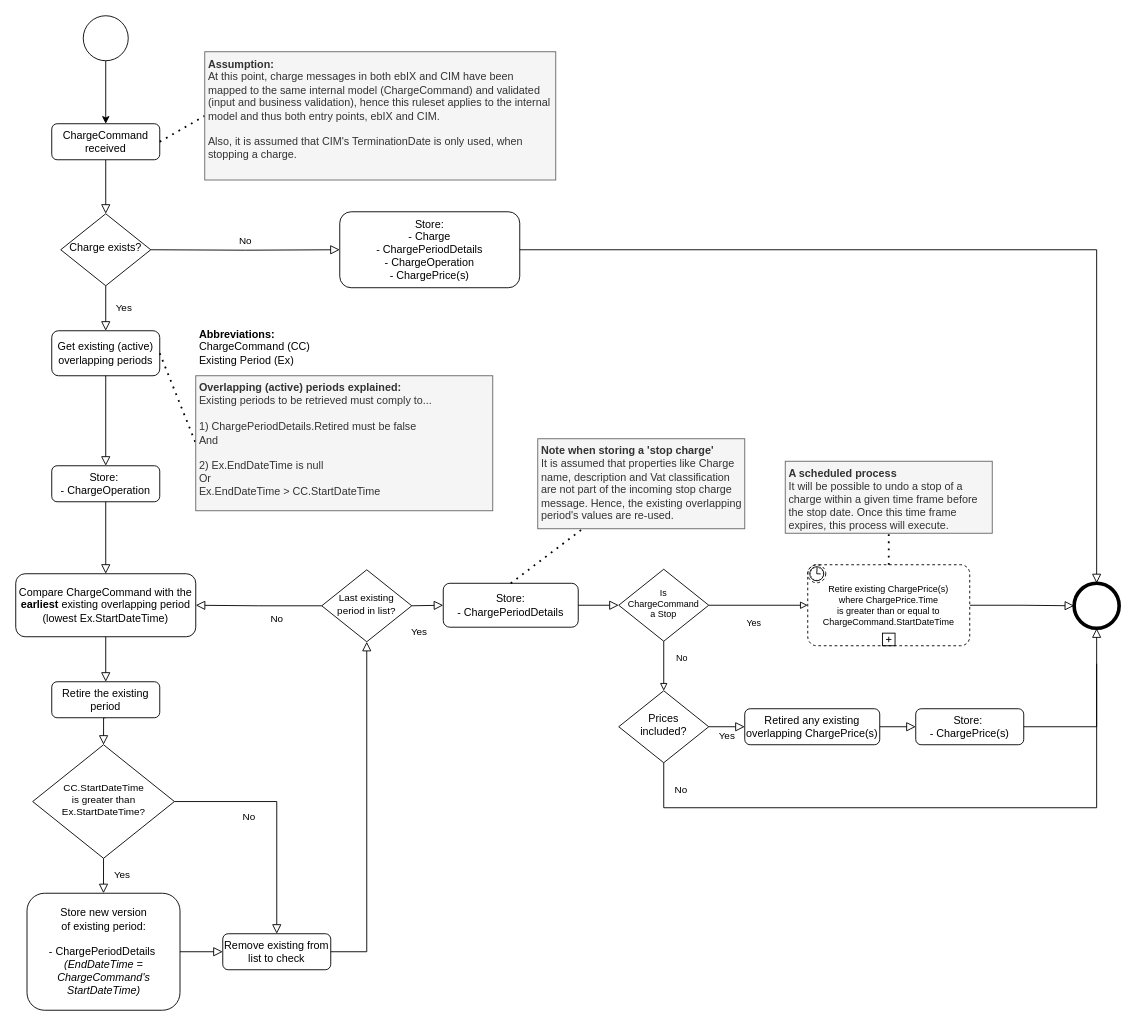
Before: docs/images/PersistingChargesRuleSet_ProcessFlow.drawio in Energinet-DataHub/ARCHIVED-geh-charges, a draw.io diagram. Source tidied: cells renumbered, new cells numbered last; positions are measured from the earlier drawing's top-left corner, leaving out a move shared by most shapes. Both pictures are drawn from the tidied source at 90%, with x=0, y=0 at pixel (15, 15).
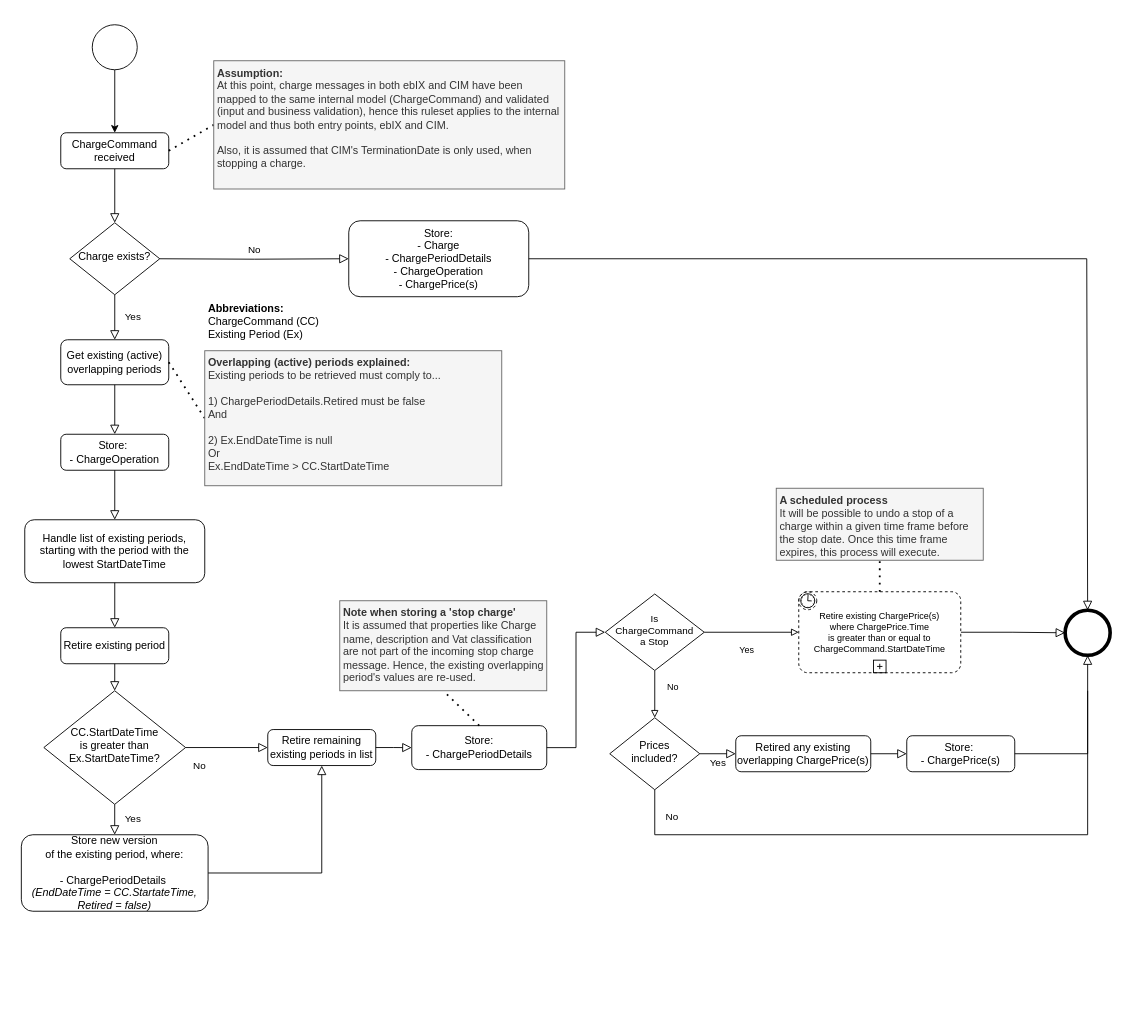
The same diagram, later.

What changed in the source:
```diff
@@
     <mxCell id="3" value="ChargeCommand&lt;br&gt;received" style="rounded=1;whiteSpace=wrap;html=1;fontSize=12;glass=0;strokeWidth=1;shadow=0;" parent="1" vertex="1">
-      <mxGeometry x="40" y="120" width="120" height="40" as="geometry" />
+      <mxGeometry x="50" y="130" width="120" height="40" as="geometry" />
     </mxCell>
@@
     <mxCell id="5" value="Charge exists?" style="rhombus;whiteSpace=wrap;html=1;shadow=0;fontFamily=Helvetica;fontSize=12;align=center;strokeWidth=1;spacing=6;spacingTop=-4;" parent="1" vertex="1">
-      <mxGeometry x="50" y="220" width="100" height="80" as="geometry" />
+      <mxGeometry x="60" y="230" width="100" height="80" as="geometry" />
     </mxCell>
-    <mxCell id="6" style="edgeStyle=orthogonalEdgeStyle;rounded=0;jettySize=auto;html=1;" parent="1" edge="1" source="7" target="3">
-      <mxGeometry relative="1" as="geometry" />
-    </mxCell>
-    <mxCell id="7" style="ellipse;whiteSpace=wrap;html=1;" parent="1" vertex="1">
-      <mxGeometry x="75" width="50" height="50" as="geometry" />
-    </mxCell>
+    <mxCell id="54" style="edgeStyle=orthogonalEdgeStyle;rounded=0;jettySize=auto;html=1;" parent="1" edge="1" source="55" target="3">
+      <mxGeometry relative="1" as="geometry" />
+    </mxCell>
+    <mxCell id="55" style="ellipse;whiteSpace=wrap;html=1;" parent="1" vertex="1">
+      <mxGeometry x="85" y="10" width="50" height="50" as="geometry" />
+    </mxCell>
     <mxCell id="8" value="No" style="edgeStyle=orthogonalEdgeStyle;rounded=0;html=1;jettySize=auto;fontSize=11;endArrow=block;endFill=0;endSize=8;strokeWidth=1;shadow=0;labelBackgroundColor=none;entryX=0;entryY=0.5;entryDx=0;entryDy=0;" parent="1" edge="1" target="38">
       <mxGeometry y="10" relative="1" as="geometry">
-        <mxPoint x="150" y="260" as="sourcePoint" />
+        <mxPoint x="160" y="270" as="sourcePoint" />
       </mxGeometry>
     </mxCell>
-    <mxCell id="9" style="ellipse;whiteSpace=wrap;html=1;strokeWidth=4;" parent="1" vertex="1">
-      <mxGeometry x="1176" y="630.6" width="50" height="50" as="geometry" />
-    </mxCell>
+    <mxCell id="56" style="ellipse;whiteSpace=wrap;html=1;strokeWidth=4;" parent="1" vertex="1">
+      <mxGeometry x="1166" y="660.6" width="50" height="50" as="geometry" />
+    </mxCell>
@@
-    <mxCell id="11" value="Remove existing from list to check" style="rounded=1;whiteSpace=wrap;html=1;fontSize=12;glass=0;strokeWidth=1;shadow=0;" parent="1" vertex="1">
-      <mxGeometry x="230" y="1020" width="120" height="40" as="geometry" />
-    </mxCell>
-    <mxCell id="12" value="Compare ChargeCommand with the &lt;b&gt;earliest &lt;/b&gt;existing overlapping period (lowest Ex.StartDateTime)" style="rounded=1;whiteSpace=wrap;html=1;fontSize=12;glass=0;strokeWidth=1;shadow=0;" parent="1" vertex="1">
-      <mxGeometry y="620" width="200" height="70" as="geometry" />
-    </mxCell>
+    <mxCell id="57" value="Retire existing period" style="rounded=1;whiteSpace=wrap;html=1;fontSize=12;glass=0;strokeWidth=1;shadow=0;" parent="1" vertex="1">
+      <mxGeometry x="50" y="680" width="120" height="40" as="geometry" />
+    </mxCell>
+    <mxCell id="58" value="Handle list of existing periods, starting with the period with the lowest StartDateTime" style="rounded=1;whiteSpace=wrap;html=1;fontSize=12;glass=0;strokeWidth=1;shadow=0;" parent="1" vertex="1">
+      <mxGeometry x="10" y="560" width="200" height="70" as="geometry" />
+    </mxCell>
     <mxCell id="13" value="Get existing (active) overlapping periods" style="rounded=1;whiteSpace=wrap;html=1;fontSize=12;glass=0;strokeWidth=1;shadow=0;" parent="1" vertex="1">
-      <mxGeometry x="40" y="350" width="120" height="50" as="geometry" />
+      <mxGeometry x="50" y="360" width="120" height="50" as="geometry" />
     </mxCell>
@@
-    <mxCell id="15" style="rounded=0;html=1;jettySize=auto;fontSize=11;endArrow=block;endFill=0;endSize=8;strokeWidth=1;shadow=0;labelBackgroundColor=none;edgeStyle=orthogonalEdgeStyle;exitX=0.5;exitY=1;exitDx=0;exitDy=0;entryX=0.5;entryY=0;entryDx=0;entryDy=0;" parent="1" edge="1" source="12" target="25">
-      <mxGeometry y="20" relative="1" as="geometry" />
-    </mxCell>
-    <mxCell id="16" value="Last existing period in list?" style="rhombus;whiteSpace=wrap;html=1;shadow=0;fontFamily=Helvetica;fontSize=11;align=center;strokeWidth=1;spacing=6;spacingTop=-4;" parent="1" vertex="1">
-      <mxGeometry x="340" y="615.6" width="100" height="80" as="geometry" />
-    </mxCell>
-    <mxCell id="17" style="edgeStyle=orthogonalEdgeStyle;rounded=0;html=1;jettySize=auto;fontSize=11;endArrow=block;endFill=0;endSize=8;strokeWidth=1;shadow=0;labelBackgroundColor=none;entryX=0;entryY=0.5;entryDx=0;entryDy=0;exitX=1;exitY=0.5;exitDx=0;exitDy=0;" parent="1" edge="1" source="24" target="11">
-      <mxGeometry y="10" relative="1" as="geometry" />
-    </mxCell>
-    <mxCell id="18" style="edgeStyle=orthogonalEdgeStyle;rounded=0;html=1;jettySize=auto;fontSize=11;endArrow=block;endFill=0;endSize=8;strokeWidth=1;shadow=0;labelBackgroundColor=none;entryX=0.5;entryY=1;entryDx=0;entryDy=0;exitX=1;exitY=0.5;exitDx=0;exitDy=0;" parent="1" edge="1" source="11" target="16">
-      <mxGeometry x="0.14" y="-20" relative="1" as="geometry" />
-    </mxCell>
+    <mxCell id="59" style="edgeStyle=orthogonalEdgeStyle;rounded=0;html=1;jettySize=auto;fontSize=11;endArrow=block;endFill=0;endSize=8;strokeWidth=1;shadow=0;labelBackgroundColor=none;entryX=0.5;entryY=1;entryDx=0;entryDy=0;exitX=1;exitY=0.5;exitDx=0;exitDy=0;" parent="1" edge="1" source="60" target="61">
+      <mxGeometry y="10" relative="1" as="geometry" />
+    </mxCell>
-    <mxCell id="19" value="Yes" style="edgeStyle=orthogonalEdgeStyle;rounded=0;html=1;jettySize=auto;fontSize=11;endArrow=block;endFill=0;endSize=8;strokeWidth=1;shadow=0;labelBackgroundColor=none;exitX=0.5;exitY=1;exitDx=0;exitDy=0;entryX=0.5;entryY=0;entryDx=0;entryDy=0;" parent="1" edge="1" source="21" target="24">
+    <mxCell id="19" value="Yes" style="edgeStyle=orthogonalEdgeStyle;rounded=0;html=1;jettySize=auto;fontSize=11;endArrow=block;endFill=0;endSize=8;strokeWidth=1;shadow=0;labelBackgroundColor=none;exitX=0.5;exitY=1;exitDx=0;exitDy=0;entryX=0.5;entryY=0;entryDx=0;entryDy=0;" parent="1" edge="1" source="21" target="60">
       <mxGeometry x="-0.07" y="20" relative="1" as="geometry" />
     </mxCell>
-    <mxCell id="20" value="Yes" style="edgeStyle=orthogonalEdgeStyle;rounded=0;html=1;jettySize=auto;fontSize=11;endArrow=block;endFill=0;endSize=8;strokeWidth=1;shadow=0;labelBackgroundColor=none;exitX=1;exitY=0.5;exitDx=0;exitDy=0;entryX=0;entryY=0.5;entryDx=0;entryDy=0;" parent="1" edge="1" source="16" target="28">
-      <mxGeometry x="-0.6" y="-30" relative="1" as="geometry">
-        <Array as="points">
-          <mxPoint x="440" y="655" />
-          <mxPoint x="440" y="655" />
-        </Array>
-      </mxGeometry>
-    </mxCell>
-    <mxCell id="21" value="&lt;font style=&quot;font-size: 11px&quot;&gt;CC.StartDateTime&lt;br&gt;is greater than&lt;br&gt;Ex.StartDateTime?&lt;br&gt;&lt;/font&gt;" style="rhombus;whiteSpace=wrap;html=1;shadow=0;fontFamily=Helvetica;fontSize=10;align=center;strokeWidth=1;spacing=6;spacingTop=-4;" parent="1" vertex="1">
-      <mxGeometry x="18.8" y="810" width="157.5" height="126.2" as="geometry" />
+    <mxCell id="21" value="&lt;font style=&quot;font-size: 12px;&quot;&gt;CC.StartDateTime&lt;br style=&quot;font-size: 12px;&quot;&gt;is greater than&lt;br style=&quot;font-size: 12px;&quot;&gt;Ex.StartDateTime?&lt;br style=&quot;font-size: 12px;&quot;&gt;&lt;/font&gt;" style="rhombus;whiteSpace=wrap;html=1;shadow=0;fontFamily=Helvetica;fontSize=12;align=center;strokeWidth=1;spacing=6;spacingTop=-4;" parent="1" vertex="1">
+      <mxGeometry x="31.2" y="750" width="157.5" height="126.2" as="geometry" />
     </mxCell>
-    <mxCell id="22" value="No" style="rounded=0;html=1;jettySize=auto;fontSize=11;endArrow=block;endFill=0;endSize=8;strokeWidth=1;shadow=0;labelBackgroundColor=none;edgeStyle=orthogonalEdgeStyle;exitX=1;exitY=0.5;exitDx=0;exitDy=0;entryX=0.5;entryY=0;entryDx=0;entryDy=0;" parent="1" edge="1" source="21" target="11">
-      <mxGeometry x="-0.36" y="-17" relative="1" as="geometry" />
-    </mxCell>
-    <mxCell id="23" style="rounded=0;html=1;jettySize=auto;fontSize=11;endArrow=block;endFill=0;endSize=8;strokeWidth=1;shadow=0;labelBackgroundColor=none;edgeStyle=orthogonalEdgeStyle;exitX=0.5;exitY=1;exitDx=0;exitDy=0;entryX=0.5;entryY=0;entryDx=0;entryDy=0;" parent="1" edge="1" source="25" target="21">
-      <mxGeometry y="20" relative="1" as="geometry" />
-    </mxCell>
-    <mxCell id="24" value="Store new version &lt;br&gt;of existing period:&lt;br&gt;&amp;nbsp;&lt;br&gt;- ChargePeriodDetails&amp;nbsp;&lt;br&gt;&lt;i&gt;(EndDateTime = ChargeCommand's StartDateTime)&lt;/i&gt;" style="rounded=1;whiteSpace=wrap;html=1;fontSize=12;glass=0;strokeWidth=1;shadow=0;" parent="1" vertex="1">
-      <mxGeometry x="12.5" y="975" width="170" height="130" as="geometry" />
-    </mxCell>
-    <mxCell id="25" value="Retire&lt;b&gt;&amp;nbsp;&lt;/b&gt;the existing period" style="rounded=1;whiteSpace=wrap;html=1;fontSize=12;glass=0;strokeWidth=1;shadow=0;" parent="1" vertex="1">
-      <mxGeometry x="40" y="740" width="120" height="40" as="geometry" />
-    </mxCell>
+    <mxCell id="60" value="Store new version &lt;br&gt;of the existing period, where:&lt;br&gt;&amp;nbsp;&lt;br&gt;- ChargePeriodDetails&amp;nbsp;&lt;br&gt;&lt;i&gt;(EndDateTime = CC.StartateTime,&lt;br&gt;Retired = false)&lt;br&gt;&lt;/i&gt;" style="rounded=1;whiteSpace=wrap;html=1;fontSize=12;glass=0;strokeWidth=1;shadow=0;" parent="1" vertex="1">
+      <mxGeometry x="6.2" y="910" width="207.5" height="85" as="geometry" />
+    </mxCell>
+    <mxCell id="61" value="Retire&lt;b&gt;&amp;nbsp;&lt;/b&gt;remaining existing periods in list" style="rounded=1;whiteSpace=wrap;html=1;fontSize=12;glass=0;strokeWidth=1;shadow=0;" parent="1" vertex="1">
+      <mxGeometry x="280" y="793.1" width="120" height="40" as="geometry" />
+    </mxCell>
     <mxCell id="26" value="Store:&amp;nbsp;&lt;br&gt;- ChargeOperation" style="rounded=1;whiteSpace=wrap;html=1;fontSize=12;glass=0;strokeWidth=1;shadow=0;" parent="1" vertex="1">
-      <mxGeometry x="40" y="500" width="120" height="40" as="geometry" />
+      <mxGeometry x="50" y="465" width="120" height="40" as="geometry" />
     </mxCell>
-    <mxCell id="27" style="rounded=0;html=1;jettySize=auto;fontSize=11;endArrow=block;endFill=0;endSize=8;strokeWidth=1;shadow=0;labelBackgroundColor=none;edgeStyle=orthogonalEdgeStyle;exitX=0.5;exitY=1;exitDx=0;exitDy=0;entryX=0.5;entryY=0;entryDx=0;entryDy=0;" parent="1" edge="1" source="26" target="12">
-      <mxGeometry y="20" relative="1" as="geometry" />
-    </mxCell>
+    <mxCell id="62" style="rounded=0;html=1;jettySize=auto;fontSize=11;endArrow=block;endFill=0;endSize=8;strokeWidth=1;shadow=0;labelBackgroundColor=none;edgeStyle=orthogonalEdgeStyle;exitX=0.5;exitY=1;exitDx=0;exitDy=0;entryX=0.5;entryY=0;entryDx=0;entryDy=0;" parent="1" edge="1" source="26" target="58">
+      <mxGeometry y="20" relative="1" as="geometry" />
+    </mxCell>
     <mxCell id="28" value="Store:&lt;br&gt;- ChargePeriodDetails" style="rounded=1;whiteSpace=wrap;html=1;fontSize=12;glass=0;strokeWidth=1;shadow=0;" parent="1" vertex="1">
-      <mxGeometry x="475" y="630.6" width="150" height="48.8" as="geometry" />
+      <mxGeometry x="440" y="788.8" width="150" height="48.8" as="geometry" />
     </mxCell>
-    <mxCell id="29" value="No" style="rounded=0;html=1;jettySize=auto;fontSize=11;endArrow=block;endFill=0;endSize=8;strokeWidth=1;shadow=0;labelBackgroundColor=none;edgeStyle=orthogonalEdgeStyle;exitX=0;exitY=0.5;exitDx=0;exitDy=0;entryX=1;entryY=0.5;entryDx=0;entryDy=0;" parent="1" edge="1" source="16" target="12">
-      <mxGeometry x="-0.29" y="14" relative="1" as="geometry" />
-    </mxCell>
     <mxCell id="30" value="No" style="edgeStyle=orthogonalEdgeStyle;rounded=0;jettySize=auto;html=1;exitX=0.5;exitY=1;exitDx=0;exitDy=0;endArrow=none;endFill=0;" parent="1" edge="1" source="31">
       <mxGeometry x="-0.8" y="20" relative="1" as="geometry">
-        <mxPoint x="1201" y="720" as="targetPoint" />
+        <mxPoint x="1191" y="750" as="targetPoint" />
         <Array as="points">
-          <mxPoint x="720" y="880" />
-          <mxPoint x="1201" y="880" />
+          <mxPoint x="710" y="910" />
+          <mxPoint x="1191" y="910" />
         </Array>
       </mxGeometry>
     </mxCell>
     <mxCell id="31" value="Prices &lt;br&gt;included?" style="rhombus;whiteSpace=wrap;html=1;shadow=0;fontFamily=Helvetica;fontSize=12;align=center;strokeWidth=1;spacing=6;spacingTop=-4;" parent="1" vertex="1">
-      <mxGeometry x="670" y="750" width="100" height="80" as="geometry" />
+      <mxGeometry x="660" y="780" width="100" height="80" as="geometry" />
     </mxCell>
     <mxCell id="32" value="Store:&amp;nbsp;&lt;br&gt;- ChargePrice(s)" style="rounded=1;whiteSpace=wrap;html=1;fontSize=12;glass=0;strokeWidth=1;shadow=0;" parent="1" vertex="1">
-      <mxGeometry x="1000" y="770" width="120" height="40" as="geometry" />
+      <mxGeometry x="990" y="800" width="120" height="40" as="geometry" />
     </mxCell>
     <mxCell id="33" value="Retired any existing overlapping ChargePrice(s)" style="rounded=1;whiteSpace=wrap;html=1;fontSize=12;glass=0;strokeWidth=1;shadow=0;" parent="1" vertex="1">
-      <mxGeometry x="810" y="770" width="150" height="40" as="geometry" />
+      <mxGeometry x="800" y="800" width="150" height="40" as="geometry" />
     </mxCell>
@@
     <mxCell id="38" value="Store:&lt;br&gt;- Charge&lt;br&gt;- ChargePeriodDetails&lt;br&gt;- ChargeOperation&lt;br&gt;- ChargePrice(s)" style="rounded=1;whiteSpace=wrap;html=1;fontSize=12;glass=0;strokeWidth=1;shadow=0;" parent="1" vertex="1">
-      <mxGeometry x="360" y="217.8" width="200" height="84.4" as="geometry" />
+      <mxGeometry x="370" y="227.8" width="200" height="84.4" as="geometry" />
     </mxCell>
-    <mxCell id="39" style="rounded=0;html=1;jettySize=auto;fontSize=11;endArrow=block;endFill=0;endSize=8;strokeWidth=1;shadow=0;labelBackgroundColor=none;edgeStyle=orthogonalEdgeStyle;exitX=1;exitY=0.5;exitDx=0;exitDy=0;entryX=0.5;entryY=1;entryDx=0;entryDy=0;" parent="1" edge="1" source="32" target="9">
-      <mxGeometry y="20" relative="1" as="geometry" />
-    </mxCell>
-    <mxCell id="40" style="edgeStyle=orthogonalEdgeStyle;rounded=0;html=1;jettySize=auto;fontSize=11;endArrow=block;endFill=0;endSize=8;strokeWidth=1;shadow=0;labelBackgroundColor=none;exitX=1;exitY=0.5;exitDx=0;exitDy=0;entryX=0.5;entryY=0;entryDx=0;entryDy=0;" parent="1" edge="1" source="38" target="9">
-      <mxGeometry x="-0.49" y="20" relative="1" as="geometry">
-        <Array as="points">
-          <mxPoint x="1201" y="260" />
-        </Array>
-      </mxGeometry>
-    </mxCell>
+    <mxCell id="63" style="rounded=0;html=1;jettySize=auto;fontSize=11;endArrow=block;endFill=0;endSize=8;strokeWidth=1;shadow=0;labelBackgroundColor=none;edgeStyle=orthogonalEdgeStyle;exitX=1;exitY=0.5;exitDx=0;exitDy=0;entryX=0.5;entryY=1;entryDx=0;entryDy=0;" parent="1" edge="1" source="32" target="56">
+      <mxGeometry y="20" relative="1" as="geometry" />
+    </mxCell>
+    <mxCell id="64" style="edgeStyle=orthogonalEdgeStyle;rounded=0;html=1;jettySize=auto;fontSize=11;endArrow=block;endFill=0;endSize=8;strokeWidth=1;shadow=0;labelBackgroundColor=none;exitX=1;exitY=0.5;exitDx=0;exitDy=0;entryX=0.5;entryY=0;entryDx=0;entryDy=0;" parent="1" edge="1" source="38" target="56">
+      <mxGeometry x="-0.49" y="20" relative="1" as="geometry">
+        <Array as="points">
+          <mxPoint x="1190" y="270" />
+        </Array>
+      </mxGeometry>
+    </mxCell>
     <mxCell id="41" value="&lt;b&gt;Assumption:&amp;nbsp;&lt;/b&gt;&lt;br&gt;At this point, charge messages in both ebIX and CIM have been mapped to the same internal model (ChargeCommand) and validated (input and business validation), hence this ruleset applies to the internal model and thus both entry points, ebIX and CIM.&lt;br&gt;&lt;br&gt;Also, it is assumed that CIM's TerminationDate is only used, when stopping a charge.&amp;nbsp;" style="text;html=1;strokeColor=#666666;fillColor=#f5f5f5;align=left;verticalAlign=top;whiteSpace=wrap;rounded=0;fontColor=#333333;perimeterSpacing=0;spacingTop=0;spacingLeft=2;spacingBottom=2;" parent="1" vertex="1">
-      <mxGeometry x="210" y="40" width="390" height="142.5" as="geometry" />
+      <mxGeometry x="220" y="50" width="390" height="142.5" as="geometry" />
     </mxCell>
@@
     <mxCell id="43" value="&lt;b&gt;Overlapping (active) periods explained:&lt;/b&gt;&lt;br&gt;Existing periods to be retrieved must comply to...&lt;br&gt;&lt;br&gt;1) ChargePeriodDetails.Retired must be false&lt;br&gt;And&lt;br&gt;&amp;nbsp;&lt;br&gt;2) Ex.EndDateTime is null&lt;br&gt;Or&amp;nbsp;&lt;br&gt;Ex.EndDateTime &amp;gt; CC.StartDateTime&lt;br&gt;&lt;div&gt;&lt;br&gt;&lt;/div&gt;" style="text;html=1;strokeColor=#666666;fillColor=#f5f5f5;align=left;verticalAlign=top;whiteSpace=wrap;rounded=0;fontColor=#333333;perimeterSpacing=0;spacingTop=0;spacingLeft=2;spacingBottom=2;" parent="1" vertex="1">
-      <mxGeometry x="200" y="400" width="330" height="150" as="geometry" />
+      <mxGeometry x="210" y="372.2" width="330" height="150" as="geometry" />
     </mxCell>
@@
-    <mxCell id="46" value="Is&lt;br style=&quot;font-size: 10px;&quot;&gt;ChargeCommand&lt;br style=&quot;font-size: 10px;&quot;&gt;a Stop" style="rhombus;whiteSpace=wrap;html=1;shadow=0;fontFamily=Helvetica;fontSize=10;align=center;strokeWidth=1;spacing=6;spacingTop=-4;" parent="1" vertex="1">
-      <mxGeometry x="670" y="615" width="100" height="80" as="geometry" />
+    <mxCell id="46" value="Is&lt;br style=&quot;font-size: 11px;&quot;&gt;ChargeCommand&lt;br style=&quot;font-size: 11px;&quot;&gt;a Stop" style="rhombus;whiteSpace=wrap;html=1;shadow=0;fontFamily=Helvetica;fontSize=11;align=center;strokeWidth=1;spacing=6;spacingTop=-4;" parent="1" vertex="1">
+      <mxGeometry x="655" y="642.5" width="110" height="85" as="geometry" />
     </mxCell>
-    <mxCell id="47" style="rounded=0;html=1;jettySize=auto;fontSize=11;endArrow=block;endFill=0;endSize=8;strokeWidth=1;shadow=0;labelBackgroundColor=none;edgeStyle=orthogonalEdgeStyle;exitX=1;exitY=0.5;exitDx=0;exitDy=0;entryX=0;entryY=0.5;entryDx=0;entryDy=0;exitPerimeter=0;" parent="1" edge="1" source="48" target="9">
-      <mxGeometry y="20" relative="1" as="geometry" />
-    </mxCell>
+    <mxCell id="65" style="rounded=0;html=1;jettySize=auto;fontSize=11;endArrow=block;endFill=0;endSize=8;strokeWidth=1;shadow=0;labelBackgroundColor=none;edgeStyle=orthogonalEdgeStyle;exitX=1;exitY=0.5;exitDx=0;exitDy=0;entryX=0;entryY=0.5;entryDx=0;entryDy=0;exitPerimeter=0;" parent="1" edge="1" source="48" target="56">
+      <mxGeometry y="20" relative="1" as="geometry" />
+    </mxCell>
     <mxCell id="48" value="Retire existing ChargePrice(s) &#10;where ChargePrice.Time&#10;is greater than or equal to &#10;ChargeCommand.StartDateTime" style="points=[[0.25,0,0],[0.5,0,0],[0.75,0,0],[1,0.25,0],[1,0.5,0],[1,0.75,0],[0.75,1,0],[0.5,1,0],[0.25,1,0],[0,0.75,0],[0,0.5,0],[0,0.25,0]];shape=mxgraph.bpmn.task;rectStyle=rounded;size=10;taskMarker=abstract;bpmnShapeType=subprocess;isLoopSub=1;outline=eventNonint;symbol=timer;fontSize=10;" parent="1" vertex="1">
-      <mxGeometry x="880" y="610" width="180" height="90" as="geometry" />
+      <mxGeometry x="870" y="640" width="180" height="90" as="geometry" />
     </mxCell>
@@
     <mxCell id="50" value="&lt;b&gt;A scheduled process&lt;/b&gt;&lt;br&gt;It will be possible to undo a stop of a charge within a given time frame before the stop date. Once this time frame expires, this process will execute." style="text;html=1;align=left;verticalAlign=top;whiteSpace=wrap;rounded=0;perimeterSpacing=0;spacingTop=0;spacingLeft=2;spacingBottom=2;fillColor=#f5f5f5;strokeColor=#666666;fontColor=#333333;" parent="1" vertex="1">
-      <mxGeometry x="855" y="495" width="230" height="80" as="geometry" />
+      <mxGeometry x="845" y="525" width="230" height="80" as="geometry" />
     </mxCell>
-    <mxCell id="51" style="endArrow=none;dashed=1;html=1;dashPattern=1 3;strokeWidth=2;exitX=0.5;exitY=0;exitDx=0;exitDy=0;" parent="1" edge="1" source="28">
-      <mxGeometry relative="1" as="geometry">
-        <mxPoint x="630" y="570" as="targetPoint" />
-      </mxGeometry>
-    </mxCell>
+    <mxCell id="66" style="endArrow=none;dashed=1;html=1;dashPattern=1 3;strokeWidth=2;exitX=0.5;exitY=0;exitDx=0;exitDy=0;entryX=0.5;entryY=1;entryDx=0;entryDy=0;" parent="1" edge="1" source="28" target="52">
+      <mxGeometry relative="1" as="geometry" />
+    </mxCell>
     <mxCell id="52" value="&lt;b&gt;Note when storing a 'stop charge'&lt;/b&gt;&lt;br&gt;It is assumed that properties like Charge name, description and Vat classification are not part of the incoming stop charge message. Hence, the existing overlapping period's values are re-used." style="text;html=1;align=left;verticalAlign=top;whiteSpace=wrap;rounded=0;perimeterSpacing=0;spacingTop=0;spacingLeft=2;spacingBottom=2;fillColor=#f5f5f5;strokeColor=#666666;fontColor=#333333;" parent="1" vertex="1">
-      <mxGeometry x="580" y="470" width="230" height="100" as="geometry" />
+      <mxGeometry x="360" y="650" width="230" height="100" as="geometry" />
     </mxCell>
     <mxCell id="53" value="&lt;b&gt;Abbreviations:&lt;/b&gt;&lt;br&gt;ChargeCommand (CC)&lt;br&gt;Existing Period (Ex)" style="text;html=1;align=left;verticalAlign=top;whiteSpace=wrap;rounded=0;perimeterSpacing=0;spacingTop=0;spacingLeft=2;spacingBottom=2;dashed=1;" parent="1" vertex="1">
-      <mxGeometry x="200" y="340" width="150" height="60" as="geometry" />
+      <mxGeometry x="210" y="312.2" width="150" height="60" as="geometry" />
     </mxCell>
+    <mxCell id="67" style="rounded=0;html=1;jettySize=auto;fontSize=11;endArrow=block;endFill=0;endSize=8;strokeWidth=1;shadow=0;labelBackgroundColor=none;edgeStyle=orthogonalEdgeStyle;exitX=0.5;exitY=1;exitDx=0;exitDy=0;entryX=0.5;entryY=0;entryDx=0;entryDy=0;" parent="1" edge="1" source="57" target="21">
+      <mxGeometry x="-0.36" y="-17" relative="1" as="geometry" />
+    </mxCell>
+    <mxCell id="68" value="No" style="rounded=0;html=1;jettySize=auto;fontSize=11;endArrow=block;endFill=0;endSize=8;strokeWidth=1;shadow=0;labelBackgroundColor=none;edgeStyle=orthogonalEdgeStyle;entryX=0;entryY=0.5;entryDx=0;entryDy=0;exitX=1;exitY=0.5;exitDx=0;exitDy=0;" parent="1" edge="1" source="21" target="61">
+      <mxGeometry x="-0.67" y="-20" relative="1" as="geometry" />
+    </mxCell>
+    <mxCell id="69" style="rounded=0;html=1;jettySize=auto;fontSize=11;endArrow=block;endFill=0;endSize=8;strokeWidth=1;shadow=0;labelBackgroundColor=none;edgeStyle=orthogonalEdgeStyle;exitX=1;exitY=0.5;exitDx=0;exitDy=0;entryX=0;entryY=0.5;entryDx=0;entryDy=0;" parent="1" edge="1" source="61" target="28">
+      <mxGeometry x="-0.67" y="-20" relative="1" as="geometry" />
+    </mxCell>
+    <mxCell id="70" style="rounded=0;html=1;jettySize=auto;fontSize=11;endArrow=block;endFill=0;endSize=8;strokeWidth=1;shadow=0;labelBackgroundColor=none;edgeStyle=orthogonalEdgeStyle;exitX=0.5;exitY=1;exitDx=0;exitDy=0;entryX=0.5;entryY=0;entryDx=0;entryDy=0;" parent="1" edge="1" source="58" target="57">
+      <mxGeometry x="-0.36" y="-17" relative="1" as="geometry" />
+    </mxCell>
```
